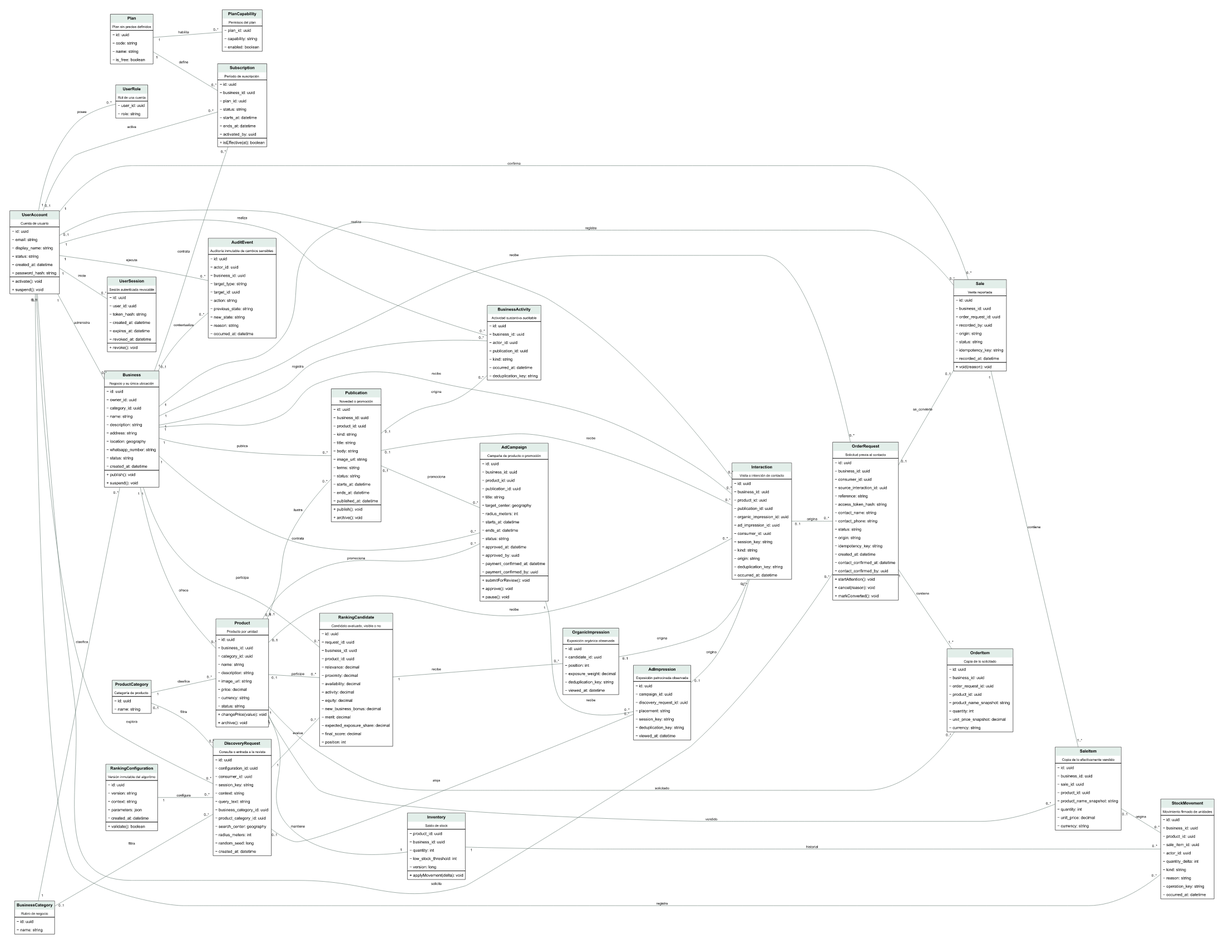
This is Doc/model/figures/UML-completo.png from agustinlopez23/tesis, a Graphviz export, as it was before one commit. Its source is kept beside it as Doc/model/figures/UML-completo.dot.
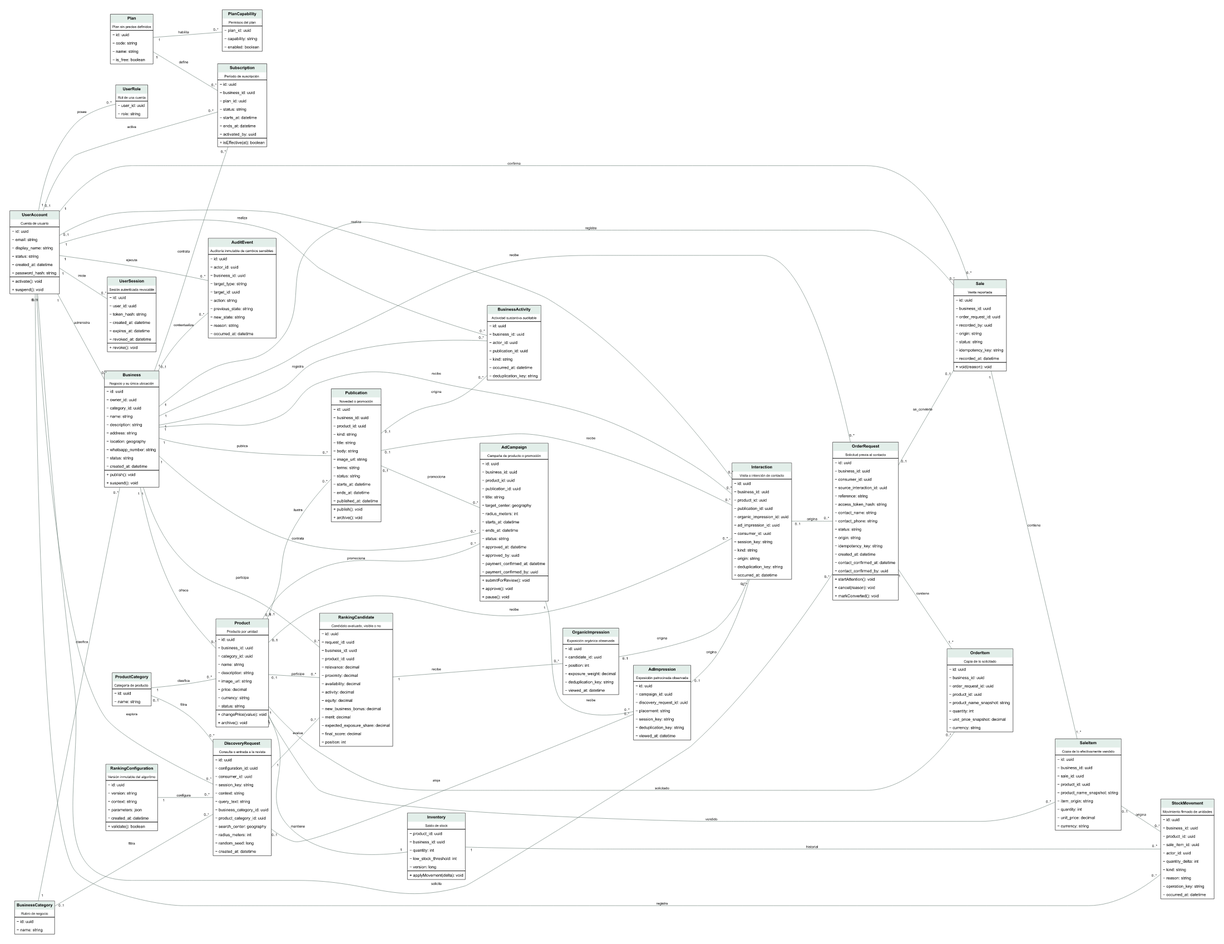
After the commit.

Change to the diagram source:
```diff
@@ -15,7 +15,7 @@
 OrderRequest [label=<<TABLE BORDER="1" CELLBORDER="0" CELLSPACING="0" CELLPADDING="5"><TR><TD BGCOLOR="#e2eee9"><B>OrderRequest</B></TD></TR><TR><TD><FONT POINT-SIZE="10">Solicitud previa al contacto</FONT></TD></TR><HR/><TR><TD ALIGN="LEFT">− id: uuid</TD></TR><TR><TD ALIGN="LEFT">− business_id: uuid</TD></TR><TR><TD ALIGN="LEFT">− consumer_id: uuid</TD></TR><TR><TD ALIGN="LEFT">− source_interaction_id: uuid</TD></TR><TR><TD ALIGN="LEFT">− reference: string</TD></TR><TR><TD ALIGN="LEFT">− access_token_hash: string</TD></TR><TR><TD ALIGN="LEFT">− contact_name: string</TD></TR><TR><TD ALIGN="LEFT">− contact_phone: string</TD></TR><TR><TD ALIGN="LEFT">− status: string</TD></TR><TR><TD ALIGN="LEFT">− origin: string</TD></TR><TR><TD ALIGN="LEFT">− idempotency_key: string</TD></TR><TR><TD ALIGN="LEFT">− created_at: datetime</TD></TR><TR><TD ALIGN="LEFT">− contact_confirmed_at: datetime</TD></TR><TR><TD ALIGN="LEFT">− contact_confirmed_by: uuid</TD></TR><HR/><TR><TD ALIGN="LEFT">+ startAttention(): void</TD></TR><TR><TD ALIGN="LEFT">+ cancel(reason): void</TD></TR><TR><TD ALIGN="LEFT">+ markConverted(): void</TD></TR></TABLE>>];
 OrderItem [label=<<TABLE BORDER="1" CELLBORDER="0" CELLSPACING="0" CELLPADDING="5"><TR><TD BGCOLOR="#e2eee9"><B>OrderItem</B></TD></TR><TR><TD><FONT POINT-SIZE="10">Copia de lo solicitado</FONT></TD></TR><HR/><TR><TD ALIGN="LEFT">− id: uuid</TD></TR><TR><TD ALIGN="LEFT">− business_id: uuid</TD></TR><TR><TD ALIGN="LEFT">− order_request_id: uuid</TD></TR><TR><TD ALIGN="LEFT">− product_id: uuid</TD></TR><TR><TD ALIGN="LEFT">− product_name_snapshot: string</TD></TR><TR><TD ALIGN="LEFT">− quantity: int</TD></TR><TR><TD ALIGN="LEFT">− unit_price_snapshot: decimal</TD></TR><TR><TD ALIGN="LEFT">− currency: string</TD></TR></TABLE>>];
 Sale [label=<<TABLE BORDER="1" CELLBORDER="0" CELLSPACING="0" CELLPADDING="5"><TR><TD BGCOLOR="#e2eee9"><B>Sale</B></TD></TR><TR><TD><FONT POINT-SIZE="10">Venta reportada</FONT></TD></TR><HR/><TR><TD ALIGN="LEFT">− id: uuid</TD></TR><TR><TD ALIGN="LEFT">− business_id: uuid</TD></TR><TR><TD ALIGN="LEFT">− order_request_id: uuid</TD></TR><TR><TD ALIGN="LEFT">− recorded_by: uuid</TD></TR><TR><TD ALIGN="LEFT">− origin: string</TD></TR><TR><TD ALIGN="LEFT">− status: string</TD></TR><TR><TD ALIGN="LEFT">− idempotency_key: string</TD></TR><TR><TD ALIGN="LEFT">− recorded_at: datetime</TD></TR><HR/><TR><TD ALIGN="LEFT">+ void(reason): void</TD></TR></TABLE>>];
-SaleItem [label=<<TABLE BORDER="1" CELLBORDER="0" CELLSPACING="0" CELLPADDING="5"><TR><TD BGCOLOR="#e2eee9"><B>SaleItem</B></TD></TR><TR><TD><FONT POINT-SIZE="10">Copia de lo efectivamente vendido</FONT></TD></TR><HR/><TR><TD ALIGN="LEFT">− id: uuid</TD></TR><TR><TD ALIGN="LEFT">− business_id: uuid</TD></TR><TR><TD ALIGN="LEFT">− sale_id: uuid</TD></TR><TR><TD ALIGN="LEFT">− product_id: uuid</TD></TR><TR><TD ALIGN="LEFT">− product_name_snapshot: string</TD></TR><TR><TD ALIGN="LEFT">− quantity: int</TD></TR><TR><TD ALIGN="LEFT">− unit_price: decimal</TD></TR><TR><TD ALIGN="LEFT">− currency: string</TD></TR></TABLE>>];
+SaleItem [label=<<TABLE BORDER="1" CELLBORDER="0" CELLSPACING="0" CELLPADDING="5"><TR><TD BGCOLOR="#e2eee9"><B>SaleItem</B></TD></TR><TR><TD><FONT POINT-SIZE="10">Copia de lo efectivamente vendido</FONT></TD></TR><HR/><TR><TD ALIGN="LEFT">− id: uuid</TD></TR><TR><TD ALIGN="LEFT">− business_id: uuid</TD></TR><TR><TD ALIGN="LEFT">− sale_id: uuid</TD></TR><TR><TD ALIGN="LEFT">− product_id: uuid</TD></TR><TR><TD ALIGN="LEFT">− product_name_snapshot: string</TD></TR><TR><TD ALIGN="LEFT">− item_origin: string</TD></TR><TR><TD ALIGN="LEFT">− quantity: int</TD></TR><TR><TD ALIGN="LEFT">− unit_price: decimal</TD></TR><TR><TD ALIGN="LEFT">− currency: string</TD></TR></TABLE>>];
 StockMovement [label=<<TABLE BORDER="1" CELLBORDER="0" CELLSPACING="0" CELLPADDING="5"><TR><TD BGCOLOR="#e2eee9"><B>StockMovement</B></TD></TR><TR><TD><FONT POINT-SIZE="10">Movimiento firmado de unidades</FONT></TD></TR><HR/><TR><TD ALIGN="LEFT">− id: uuid</TD></TR><TR><TD ALIGN="LEFT">− business_id: uuid</TD></TR><TR><TD ALIGN="LEFT">− product_id: uuid</TD></TR><TR><TD ALIGN="LEFT">− sale_item_id: uuid</TD></TR><TR><TD ALIGN="LEFT">− actor_id: uuid</TD></TR><TR><TD ALIGN="LEFT">− quantity_delta: int</TD></TR><TR><TD ALIGN="LEFT">− kind: string</TD></TR><TR><TD ALIGN="LEFT">− reason: string</TD></TR><TR><TD ALIGN="LEFT">− operation_key: string</TD></TR><TR><TD ALIGN="LEFT">− occurred_at: datetime</TD></TR></TABLE>>];
 RankingConfiguration [label=<<TABLE BORDER="1" CELLBORDER="0" CELLSPACING="0" CELLPADDING="5"><TR><TD BGCOLOR="#e2eee9"><B>RankingConfiguration</B></TD></TR><TR><TD><FONT POINT-SIZE="10">Versión inmutable del algoritmo</FONT></TD></TR><HR/><TR><TD ALIGN="LEFT">− id: uuid</TD></TR><TR><TD ALIGN="LEFT">− version: string</TD></TR><TR><TD ALIGN="LEFT">− context: string</TD></TR><TR><TD ALIGN="LEFT">− parameters: json</TD></TR><TR><TD ALIGN="LEFT">− created_at: datetime</TD></TR><HR/><TR><TD ALIGN="LEFT">+ validate(): boolean</TD></TR></TABLE>>];
 DiscoveryRequest [label=<<TABLE BORDER="1" CELLBORDER="0" CELLSPACING="0" CELLPADDING="5"><TR><TD BGCOLOR="#e2eee9"><B>DiscoveryRequest</B></TD></TR><TR><TD><FONT POINT-SIZE="10">Consulta o entrada a la revista</FONT></TD></TR><HR/><TR><TD ALIGN="LEFT">− id: uuid</TD></TR><TR><TD ALIGN="LEFT">− configuration_id: uuid</TD></TR><TR><TD ALIGN="LEFT">− consumer_id: uuid</TD></TR><TR><TD ALIGN="LEFT">− session_key: string</TD></TR><TR><TD ALIGN="LEFT">− context: string</TD></TR><TR><TD ALIGN="LEFT">− query_text: string</TD></TR><TR><TD ALIGN="LEFT">− business_category_id: uuid</TD></TR><TR><TD ALIGN="LEFT">− product_category_id: uuid</TD></TR><TR><TD ALIGN="LEFT">− search_center: geography</TD></TR><TR><TD ALIGN="LEFT">− radius_meters: int</TD></TR><TR><TD ALIGN="LEFT">− random_seed: long</TD></TR><TR><TD ALIGN="LEFT">− created_at: datetime</TD></TR></TABLE>>];
```
